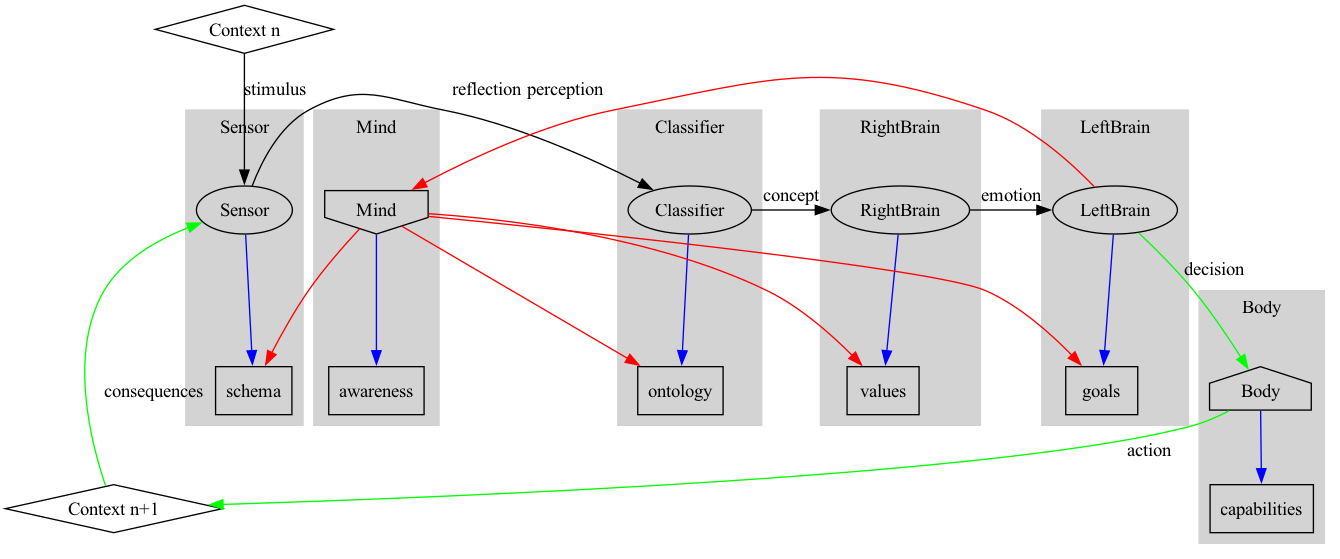
This is doc/wisdom.png from TheSwanFactory/hclang, a Graphviz export, as it was before one commit. Its source is kept beside it as doc/wisdom.DOT. Source of this version:
```dot
digraph WisdomIntegrationPipeline {
    rankdir=TB;

    subgraph cluster_Sensor {
        label = "Sensor";
        style = "filled";
        color = "lightgrey";

        Sensor [label="Sensor"];
        schema [label="schema", shape="box"];
        Sensor -> schema [color="blue"];
    }

    subgraph cluster_Classifier {
        label = "Classifier";
        style = "filled";
        color = "lightgrey";

        Classifier [label="Classifier"];
        ontology [label="ontology", shape="box"];
        Classifier -> ontology [color="blue"];
    }

    subgraph cluster_RightBrain {
        label = "RightBrain";
        style = "filled";
        color = "lightgrey";

        RightBrain [label="RightBrain"];
        values [label="values", shape="box"];
        RightBrain -> values [color="blue"];
    }

    subgraph cluster_LeftBrain {
        label = "LeftBrain";
        style = "filled";
        color = "lightgrey";

        LeftBrain [label="LeftBrain"];
        goals [label="goals", shape="box"];
        LeftBrain -> goals [color="blue"];
    }

    subgraph cluster_Body {
        label = "Body";
        style = "filled";
        color = "lightgrey";

        Body [label="Body", shape="house"];
        capabilities [label="capabilities", shape="box"];
        Body -> capabilities [color="blue"];
    }

    subgraph cluster_Mind {
        label = "Mind";
        style = "filled";
        color = "lightgrey";

        Mind [label="Mind", shape="invhouse"];
        awareness [label="awareness", shape="box"];
        Mind -> awareness [color="blue"];
    }

    Context_n [label="Context n", shape="diamond"];
    Context_n1 [label="Context n+1", shape="diamond"];

    Context_n -> Sensor [label="stimulus"];
    Sensor -> Classifier [label="perception"];
    Classifier -> RightBrain [label="concept"];
    RightBrain -> LeftBrain [label="emotion"];
    LeftBrain -> Body [label="decision", color="green"];
    Body -> Context_n1 [label="action", color="green"];
    Context_n1 -> Sensor [label="consequences", color="green"];

    LeftBrain -> Mind [label="reflection", color="red"];
    Mind -> schema [color="red"];
    Mind -> ontology [color="red"];
    Mind -> values [color="red"];
    Mind -> goals [color="red"];
}
```
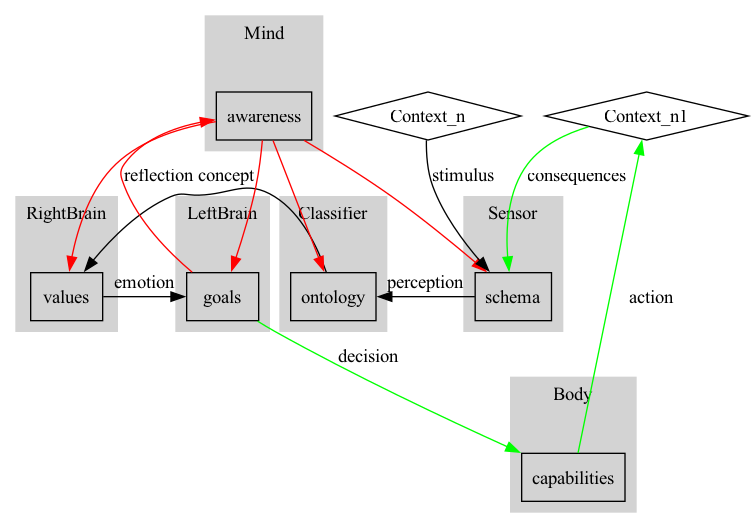
Above is the later version.

Change to the diagram source:
```diff
@@ -5,76 +5,58 @@
         label = "Sensor";
         style = "filled";
         color = "lightgrey";
-
-        Sensor [label="Sensor"];
-        schema [label="schema", shape="box"];
-        Sensor -> schema [color="blue"];
+        schema [shape="box"];
     }
 
     subgraph cluster_Classifier {
         label = "Classifier";
         style = "filled";
         color = "lightgrey";
-
-        Classifier [label="Classifier"];
-        ontology [label="ontology", shape="box"];
-        Classifier -> ontology [color="blue"];
+        ontology [shape="box"];
     }
 
     subgraph cluster_RightBrain {
         label = "RightBrain";
         style = "filled";
         color = "lightgrey";
-
-        RightBrain [label="RightBrain"];
-        values [label="values", shape="box"];
-        RightBrain -> values [color="blue"];
+        values [shape="box"];
     }
 
     subgraph cluster_LeftBrain {
         label = "LeftBrain";
         style = "filled";
         color = "lightgrey";
-
-        LeftBrain [label="LeftBrain"];
-        goals [label="goals", shape="box"];
-        LeftBrain -> goals [color="blue"];
+        goals [shape="box"];
     }
 
     subgraph cluster_Body {
         label = "Body";
         style = "filled";
         color = "lightgrey";
-
-        Body [label="Body", shape="house"];
-        capabilities [label="capabilities", shape="box"];
-        Body -> capabilities [color="blue"];
+        capabilities [shape="box"];
     }
 
     subgraph cluster_Mind {
         label = "Mind";
         style = "filled";
         color = "lightgrey";
-
-        Mind [label="Mind", shape="invhouse"];
-        awareness [label="awareness", shape="box"];
-        Mind -> awareness [color="blue"];
+        awareness [shape="box"];
     }
 
-    Context_n [label="Context n", shape="diamond"];
-    Context_n1 [label="Context n+1", shape="diamond"];
+    Context_n [shape="diamond"];
+    Context_n1 [shape="diamond"];
 
-    Context_n -> Sensor [label="stimulus"];
-    Sensor -> Classifier [label="perception"];
-    Classifier -> RightBrain [label="concept"];
-    RightBrain -> LeftBrain [label="emotion"];
-    LeftBrain -> Body [label="decision", color="green"];
-    Body -> Context_n1 [label="action", color="green"];
-    Context_n1 -> Sensor [label="consequences", color="green"];
+    Context_n -> schema [label="stimulus"];
+    schema -> ontology [label="perception"];
+    ontology -> values [label="concept"];
+    values -> goals [label="emotion"];
+    goals -> capabilities [label="decision", color="green"];
+    capabilities -> Context_n1 [label="action", color="green"];
+    Context_n1 -> schema [label="consequences", color="green"];
 
-    LeftBrain -> Mind [label="reflection", color="red"];
-    Mind -> schema [color="red"];
-    Mind -> ontology [color="red"];
-    Mind -> values [color="red"];
-    Mind -> goals [color="red"];
+    goals -> awareness [label="reflection", color="red"];
+    awareness -> schema [color="red"];
+    awareness -> ontology [color="red"];
+    awareness -> values [color="red"];
+    awareness -> goals [color="red"];
 }
```
